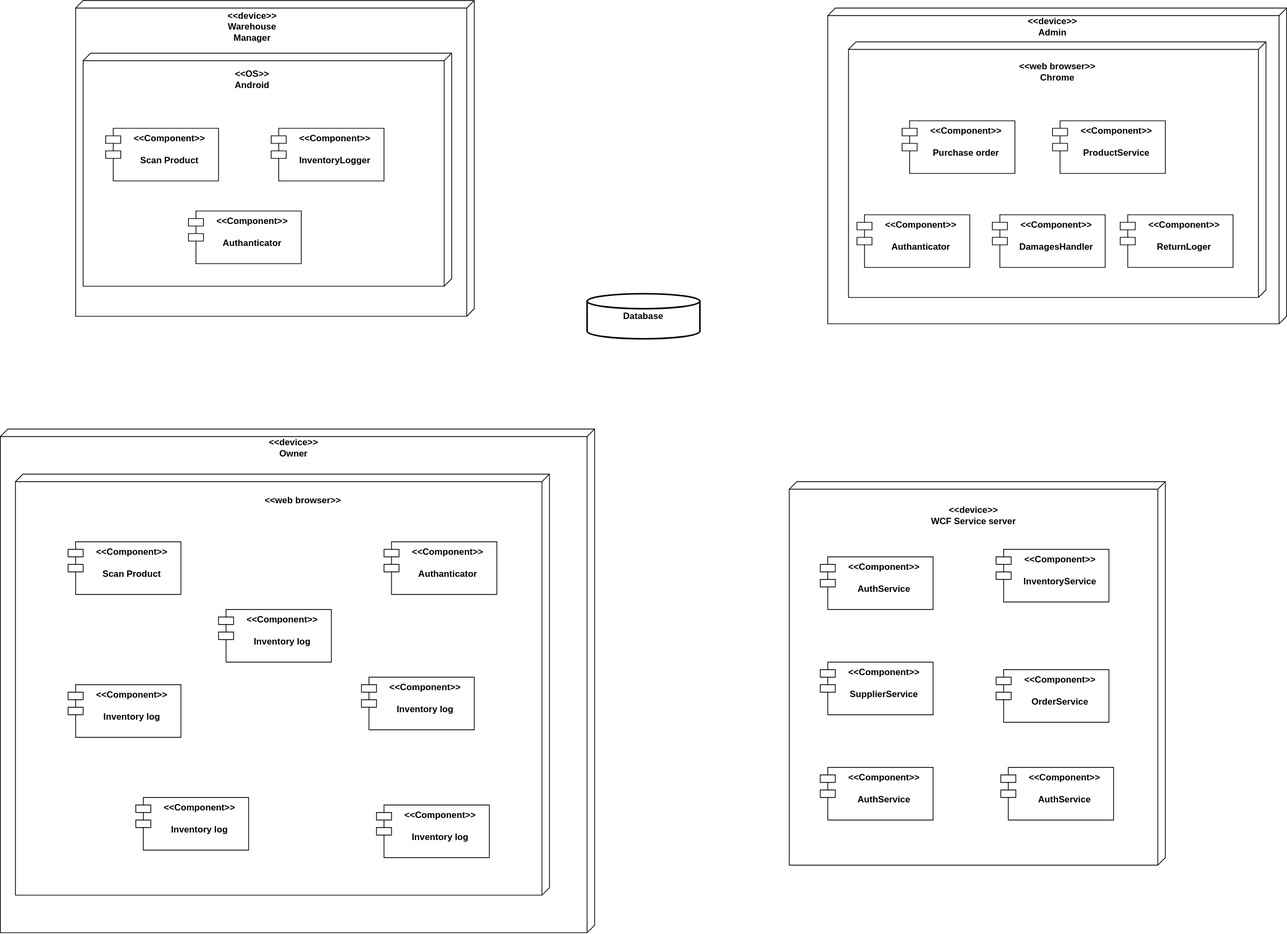
The draw.io diagram component_deployment.svg in Simamkele88/IFM3_GP, before a commit. Source tidied: cells renumbered, new cells last; positions are measured from the earlier drawing's top-left corner, leaving out a move shared by most shapes.
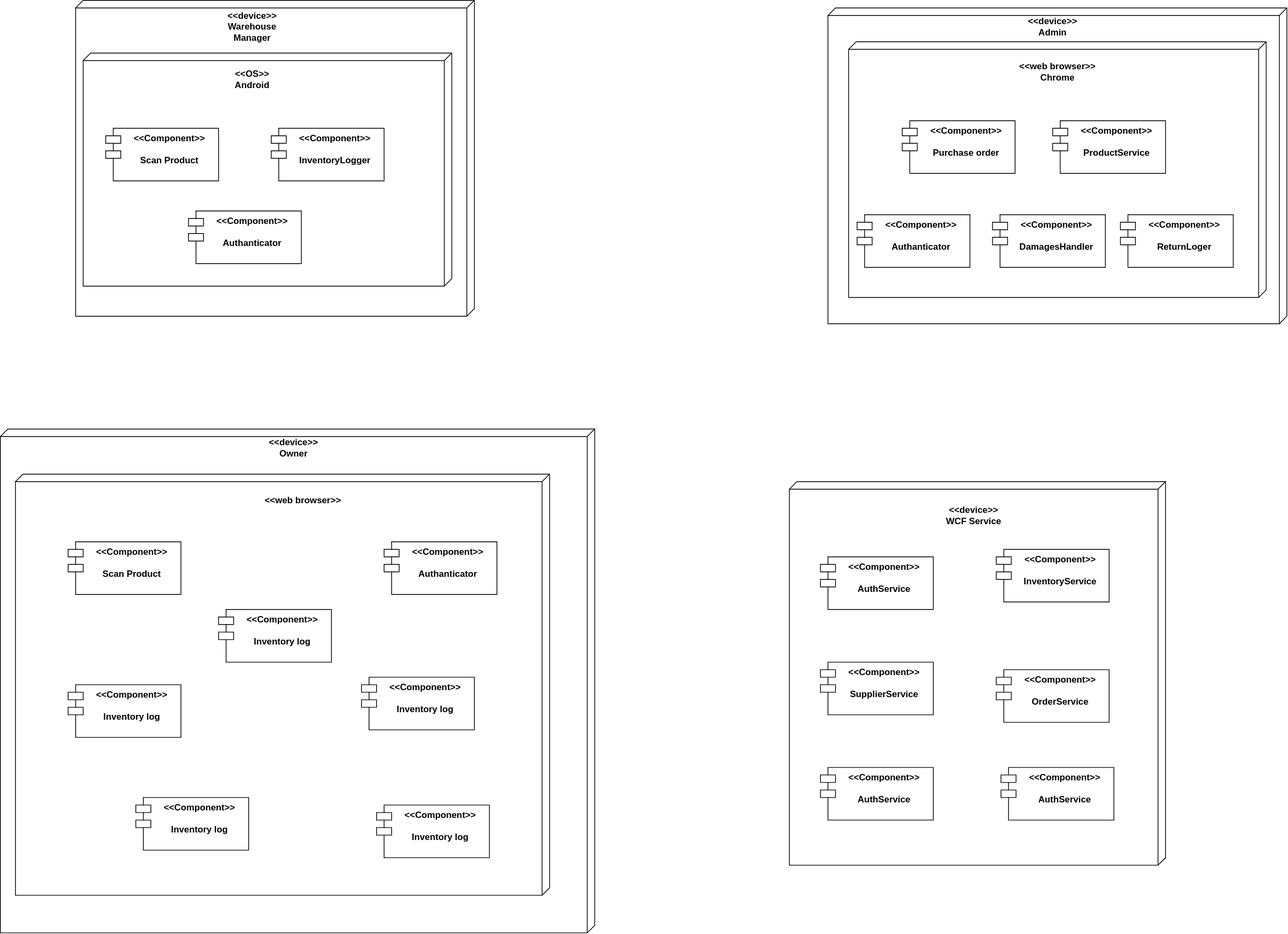
After the commit.

The edit, as a diff of the source:
```diff
@@ -20,9 +20,6 @@
     <mxCell id="7" value="&lt;div&gt;&amp;lt;&amp;lt;web server&amp;gt;&amp;gt;&lt;/div&gt;&lt;div&gt;WCF Service&lt;/div&gt;" style="text;html=1;align=center;verticalAlign=middle;whiteSpace=wrap;rounded=0;" parent="1" vertex="1">
       <mxGeometry x="1158.8" y="800" width="100" height="30" as="geometry" />
     </mxCell>
-    <mxCell id="8" value="Database" style="strokeWidth=2;html=1;shape=mxgraph.flowchart.database;whiteSpace=wrap;fontStyle=1;" parent="1" vertex="1">
-      <mxGeometry x="780" y="390" width="150" height="60" as="geometry" />
-    </mxCell>
     <mxCell id="9" style="verticalAlign=top;align=left;spacingTop=8;spacingLeft=2;spacingRight=12;shape=cube;size=10;direction=south;fontStyle=5;html=1;whiteSpace=wrap;" parent="1" vertex="1">
       <mxGeometry x="100" width="530" height="420" as="geometry" />
     </mxCell>
@@ -62,7 +59,7 @@
     <mxCell id="21" style="verticalAlign=top;align=left;spacingTop=8;spacingLeft=2;spacingRight=12;shape=cube;size=10;direction=south;fontStyle=5;html=1;whiteSpace=wrap;" parent="1" vertex="1">
       <mxGeometry x="1048.8" y="640" width="500" height="510" as="geometry" />
     </mxCell>
-    <mxCell id="22" value="&lt;div&gt;&amp;lt;&amp;lt;device&amp;gt;&amp;gt;&lt;/div&gt;&lt;div&gt;WCF Service server&lt;/div&gt;" style="text;html=1;align=center;verticalAlign=middle;whiteSpace=wrap;rounded=0;fontStyle=1;" parent="1" vertex="1">
+    <mxCell id="22" value="&lt;div&gt;&amp;lt;&amp;lt;device&amp;gt;&amp;gt;&lt;/div&gt;&lt;div&gt;WCF Service&lt;/div&gt;" style="text;html=1;align=center;verticalAlign=middle;whiteSpace=wrap;rounded=0;fontStyle=1;" parent="1" vertex="1">
       <mxGeometry x="1228.8" y="670" width="130" height="30" as="geometry" />
     </mxCell>
     <mxCell id="23" value="&lt;div&gt;&amp;lt;&amp;lt;Component&amp;gt;&amp;gt;&lt;/div&gt;&lt;div&gt;&lt;br&gt;&lt;/div&gt;&lt;div&gt;DamagesHandler&lt;/div&gt;" style="shape=module;align=left;spacingLeft=20;align=center;verticalAlign=top;whiteSpace=wrap;html=1;fontStyle=1;" parent="1" vertex="1">
```
